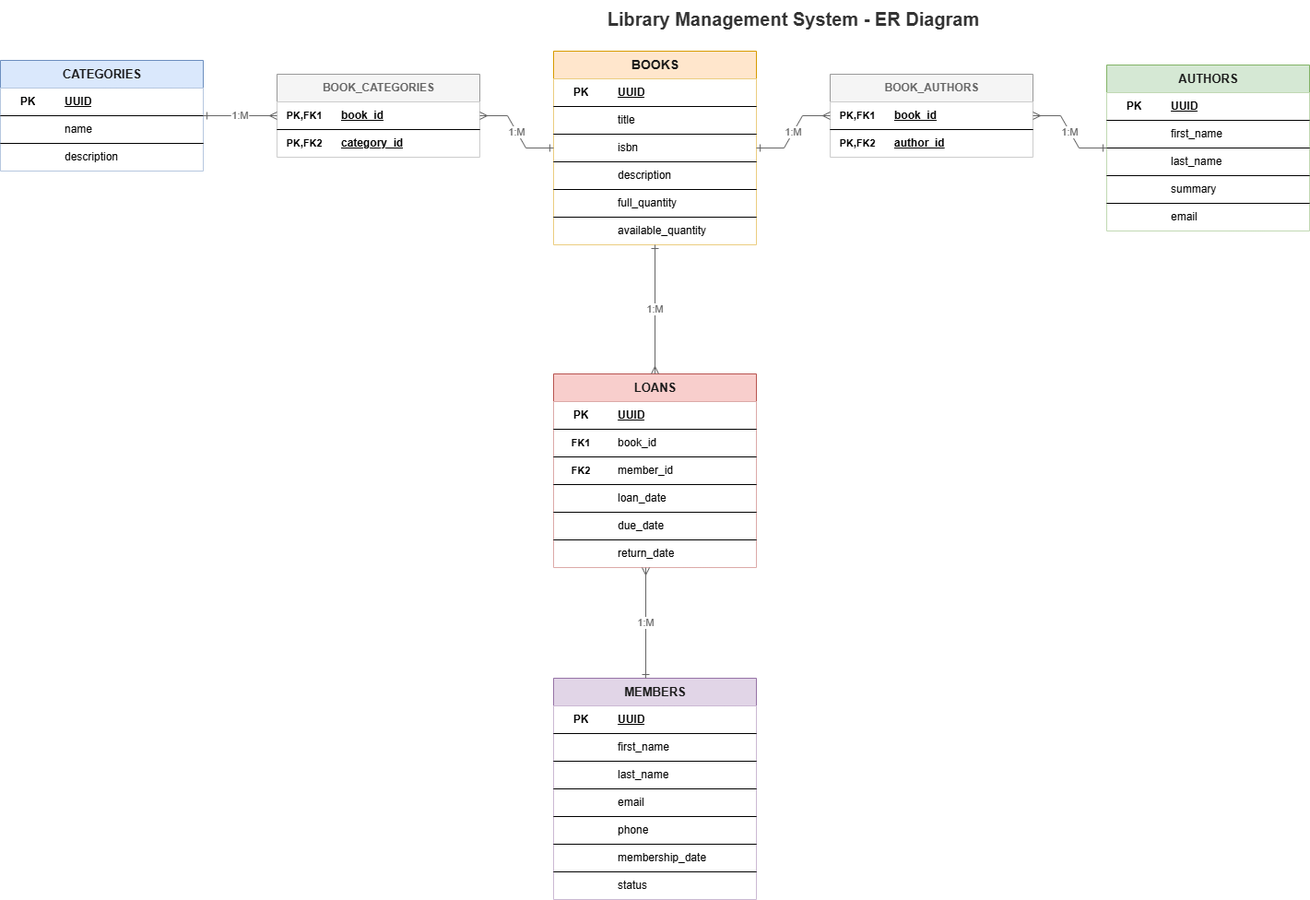
mahabbat-gozalov/library-management keeps this draw.io diagram as docs/library-management_db_er_diagram.png. Above is the earlier version. Source tidied: cells renumbered, new cells last; positions are measured from the earlier drawing's top-left corner, leaving out a move shared by most shapes.
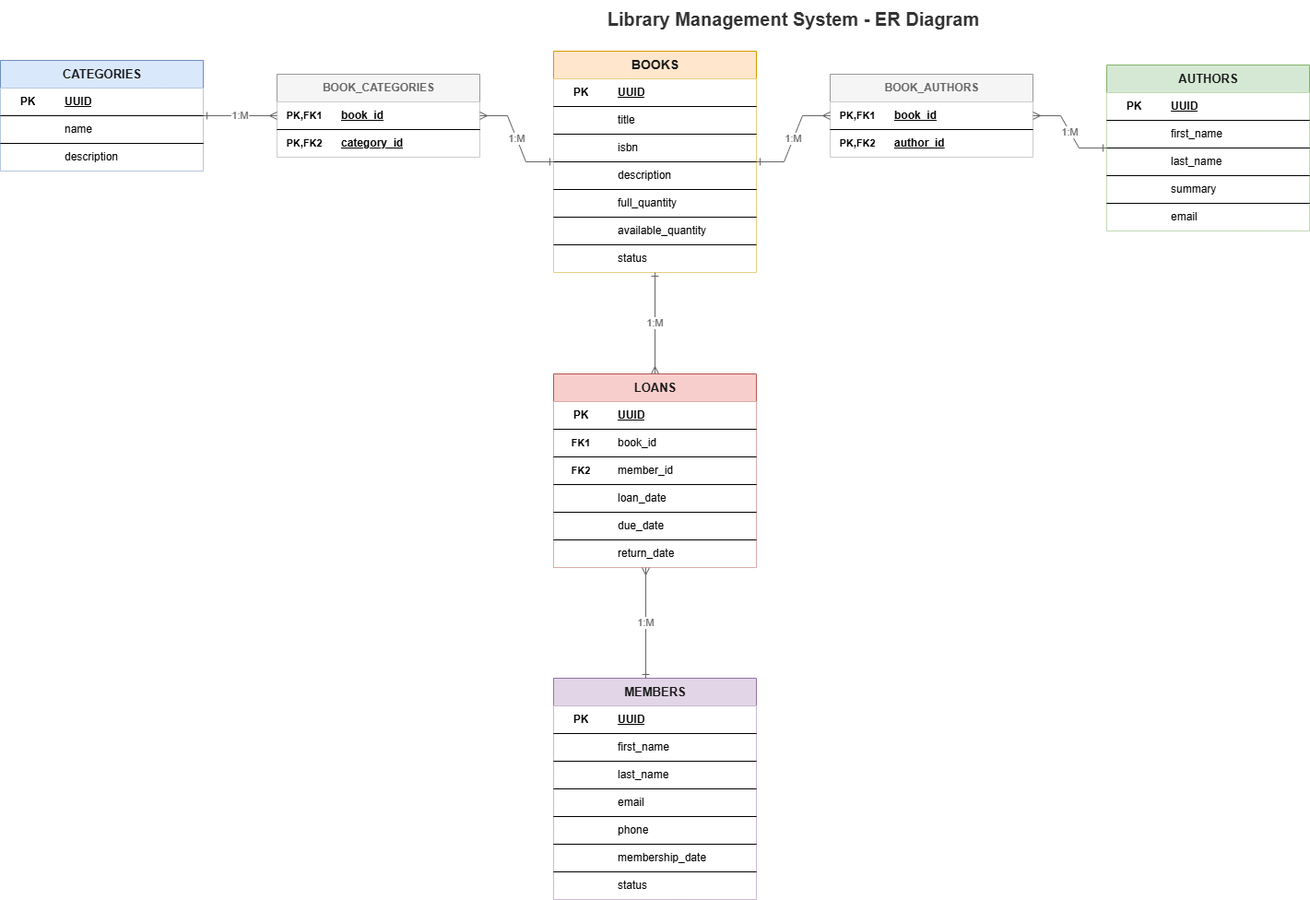
After the change.

Commit message:
docs: update ER diagram to include Book status field

Regenerate .png, .svg, and .drawio versions of the schema diagram to reflect the new status column on the books table.

What changed in the source:
```diff
@@ -57,7 +57,7 @@
       <mxGeometry x="60" width="160" height="30" as="geometry" />
     </mxCell>
     <mxCell id="20" value="BOOKS" style="shape=table;startSize=30;rowLines=1;fontStyle=1;align=center;html=1;fillColor=#ffe6cc;strokeColor=#d79b00;fontColor=#1a1a1a;fontSize=14;" parent="1" vertex="1">
-      <mxGeometry x="600" y="55" width="220" height="210" as="geometry" />
+      <mxGeometry x="600" y="55" width="220" height="240" as="geometry" />
     </mxCell>
     <mxCell id="21" style="shape=tableRow;horizontal=0;startSize=0;swimlaneHead=0;swimlaneBody=0;fillColor=#ffffff;top=0;left=0;right=0;bottom=1;" parent="20" vertex="1">
       <mxGeometry y="30" width="220" height="30" as="geometry" />
@@ -113,6 +113,15 @@
     <mxCell id="38" value="available_quantity" style="shape=partialRectangle;fillColor=none;top=0;left=0;bottom=0;right=0;align=left;spacingLeft=8;overflow=hidden;whiteSpace=wrap;html=1;" parent="36" vertex="1">
       <mxGeometry x="60" width="160" height="30" as="geometry" />
     </mxCell>
+    <mxCell id="109" style="shape=tableRow;horizontal=0;startSize=0;swimlaneHead=0;swimlaneBody=0;fillColor=#ffffff;top=0;left=0;right=0;bottom=0;" parent="20" vertex="1">
+      <mxGeometry y="210" width="220" height="30" as="geometry" />
+    </mxCell>
+    <mxCell id="110" style="shape=partialRectangle;fillColor=none;top=0;left=0;bottom=0;right=0;overflow=hidden;whiteSpace=wrap;html=1;" parent="109" vertex="1">
+      <mxGeometry width="60" height="30" as="geometry" />
+    </mxCell>
+    <mxCell id="111" value="status" style="shape=partialRectangle;fillColor=none;top=0;left=0;bottom=0;right=0;align=left;spacingLeft=8;overflow=hidden;whiteSpace=wrap;html=1;" parent="109" vertex="1">
+      <mxGeometry x="60" width="160" height="30" as="geometry" />
+    </mxCell>
     <mxCell id="39" value="BOOK_AUTHORS" style="shape=table;startSize=30;rowLines=1;fontStyle=1;align=center;html=1;fillColor=#f5f5f5;strokeColor=#999999;fontColor=#666666;fontSize=12;" parent="1" vertex="1">
       <mxGeometry x="900" y="80" width="220" height="90" as="geometry" />
     </mxCell>
```
